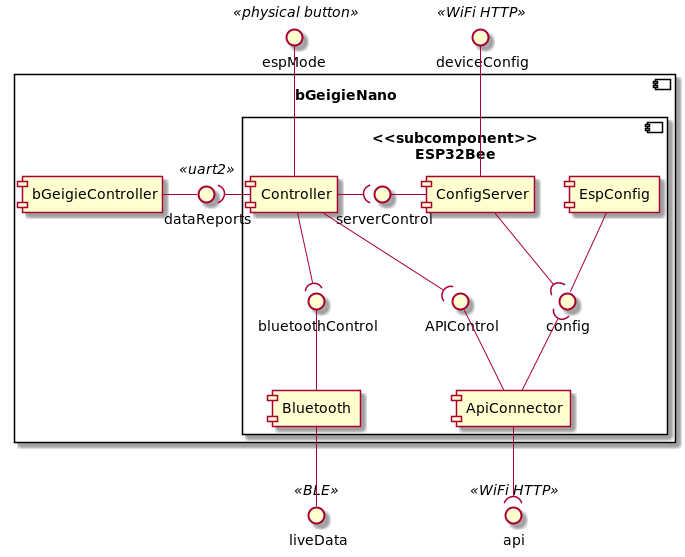
Safecast/bGeigieCast keeps this PlantUML diagram as designs/diagrams/components.png. Above is the earlier version.
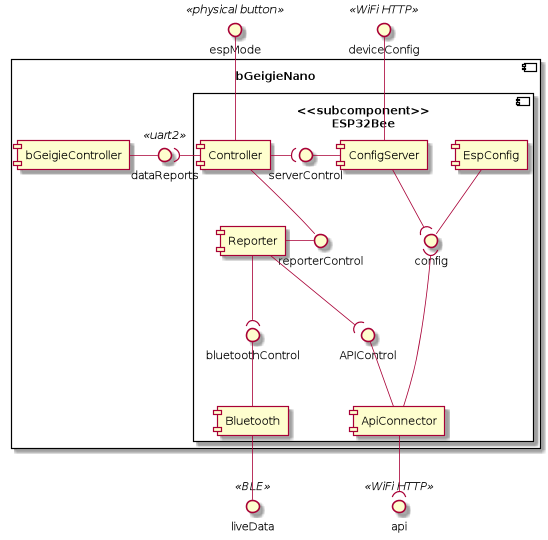
After the commit.

What changed in the source:
```diff
@@ -12,8 +12,10 @@
     component <<subcomponent>>\nESP32Bee\n {
         interface IBL as "bluetoothControl"
         interface IAP as "APIControl"
+        interface reporterControl
         interface serverControl
         component Controller
+        component Reporter
         component ConfigServer
         component ApiConnector
         component Bluetooth
@@ -28,11 +30,13 @@
         config -u- EspConfig
         deviceConfig -d- ConfigServer
         espMode -d- Controller
-        IBL )-u- Controller
+        Controller -d- reporterControl
+        Reporter -r- reporterControl
+        IBL )-u- Reporter
         IBL -d- Bluetooth
-        IAP )-u- Controller
+        IAP )-u- Reporter
         IAP -d- ApiConnector
-        ApiConnector -u-( config
+        ApiConnector -u--( config
 
         liveData -u- Bluetooth
         api )-u- ApiConnector
```
